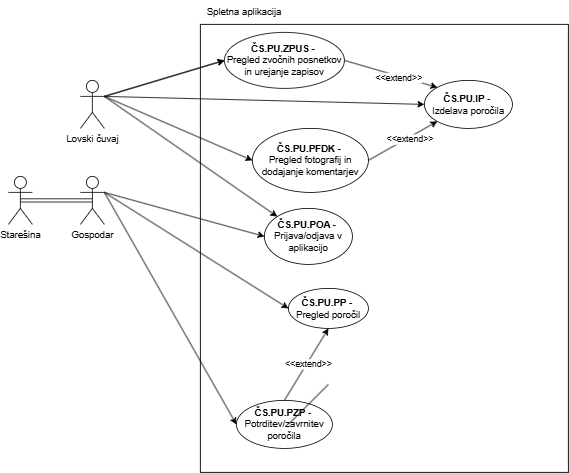
The draw.io diagram Lovski cuvaj-Spletna aplikacija.drawio.png in ErnestISv/Lovstvo, before a commit. Source tidied: cells renumbered, new cells last; positions are measured from the earlier drawing's top-left corner, leaving out a move shared by most shapes.
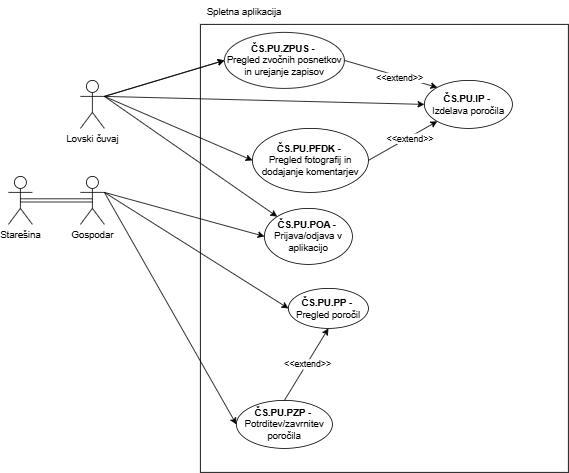
After the commit.

Change to the diagram source:
```diff
@@ -79,12 +79,6 @@
     <mxCell id="26" value="&amp;lt;&amp;lt;extend&amp;gt;&amp;gt;" style="edgeLabel;html=1;align=center;verticalAlign=middle;" parent="25" vertex="1">
       <mxGeometry x="0.02" y="-1" relative="1" as="geometry" />
     </mxCell>
-    <mxCell id="27" style="endArrow=none;html=1;rounded=0;" parent="1" edge="1">
-      <mxGeometry relative="1" as="geometry">
-        <mxPoint x="350" y="530" as="sourcePoint" />
-        <mxPoint x="400" y="480" as="targetPoint" />
-      </mxGeometry>
-    </mxCell>
     <mxCell id="28" style="edgeStyle=orthogonalEdgeStyle;rounded=0;jettySize=auto;html=1;exitX=0.5;exitY=0.5;exitDx=0;exitDy=0;exitPerimeter=0;entryX=0.5;entryY=0.5;entryDx=0;entryDy=0;entryPerimeter=0;shape=link;" parent="1" edge="1" source="4" target="5">
       <mxGeometry relative="1" as="geometry" />
     </mxCell>
```
